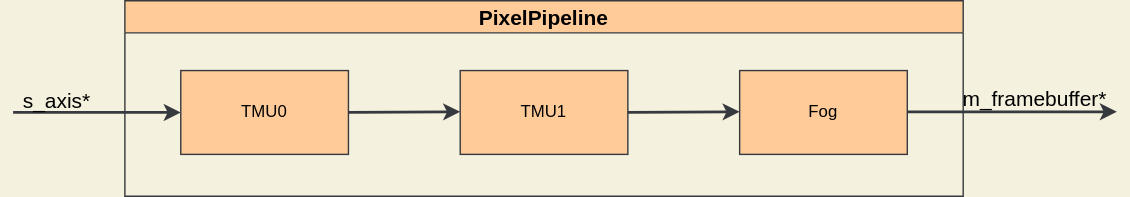
Earlier version of the draw.io export pictures/PixelPipeline.drawio.svg (ToNi3141/Rasterix). Source tidied: cells renumbered, new cells last; positions are measured from the earlier drawing's top-left corner, leaving out a move shared by most shapes.
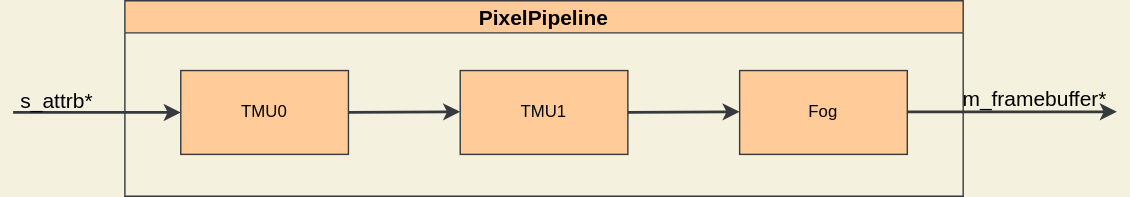
The same file after the commit.

Change to the diagram source:
```diff
@@ -43,7 +43,7 @@
         <mxPoint x="120" y="80" as="targetPoint" />
       </mxGeometry>
     </mxCell>
-    <mxCell id="11" value="s_axis*" style="edgeLabel;html=1;align=center;verticalAlign=middle;fontColor=#000000;labelBackgroundColor=none;fontSize=15;" parent="10" vertex="1">
+    <mxCell id="11" value="s_attrb*" style="edgeLabel;html=1;align=center;verticalAlign=middle;fontColor=#000000;labelBackgroundColor=none;fontSize=15;" parent="10" vertex="1">
       <mxGeometry x="-0.44" relative="1" as="geometry">
         <mxPoint x="-3" y="-10" as="offset" />
       </mxGeometry>
```
